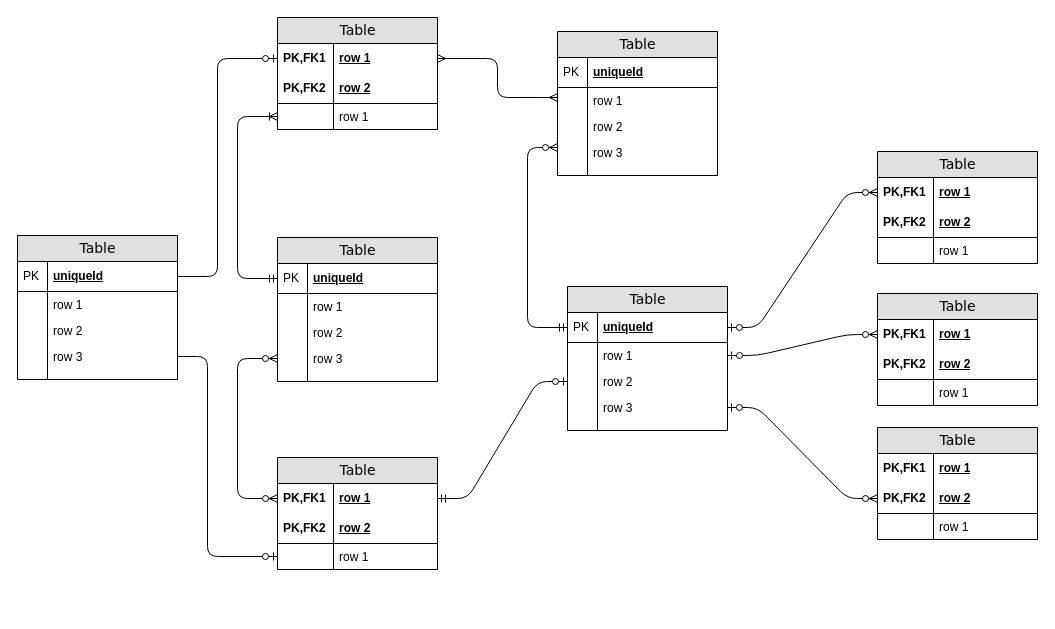
Earlier version of the draw.io diagram ÉtteremOKJ.drawio (xcom169/xcom169). Source tidied: cells renumbered, new cells numbered last; positions are measured from the earlier drawing's top-left corner, leaving out a move shared by most shapes. Both pictures are drawn from the tidied source at 100%, with x=0, y=0 at pixel (17, 17).
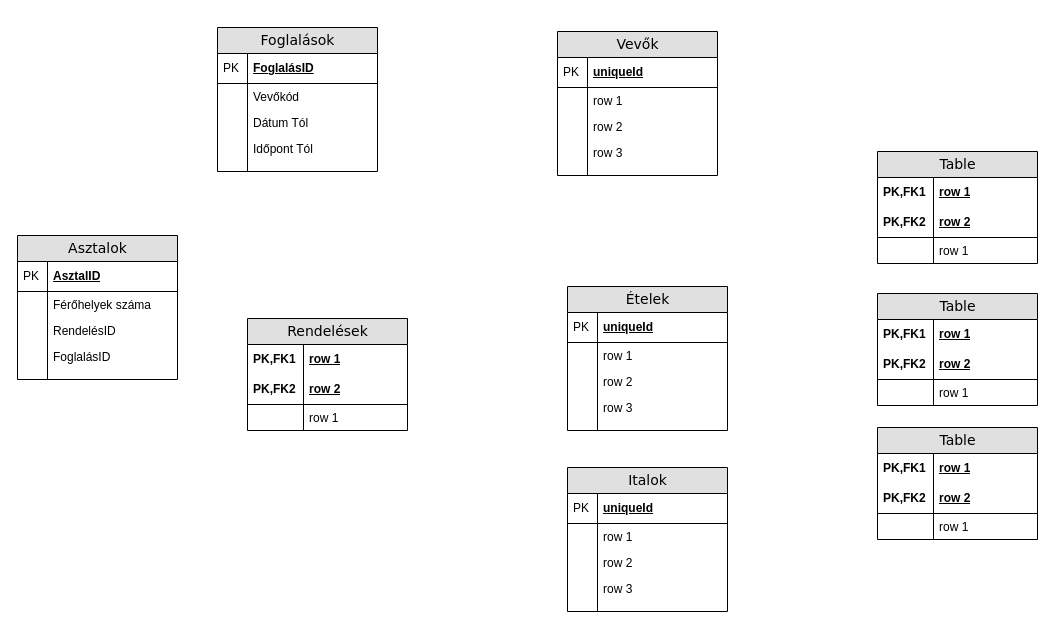
The same diagram, later.

Unchanged cells that the change refers to:
```xml
<mxCell id="12" value="row 1" style="shape=partialRectangle;top=0;left=0;right=0;bottom=0;html=1;align=left;verticalAlign=top;fillColor=none;spacingLeft=34;spacingRight=4;whiteSpace=wrap;overflow=hidden;points=[[0,0.5],[1,0.5]];portConstraint=eastwest;" parent="9" vertex="1">
  <mxGeometry y="56" width="160" height="26" as="geometry" />
</mxCell>
<mxCell id="16" value="row 3" style="shape=partialRectangle;top=0;left=0;right=0;bottom=0;html=1;align=left;verticalAlign=top;fillColor=none;spacingLeft=34;spacingRight=4;whiteSpace=wrap;overflow=hidden;points=[[0,0.5],[1,0.5]];portConstraint=eastwest;" parent="9" vertex="1">
  <mxGeometry y="108" width="160" height="26" as="geometry" />
</mxCell>
<mxCell id="21" value="uniqueId" style="shape=partialRectangle;top=0;left=0;right=0;bottom=1;html=1;align=left;verticalAlign=middle;fillColor=none;spacingLeft=34;spacingRight=4;whiteSpace=wrap;overflow=hidden;points=[[0,0.5],[1,0.5]];portConstraint=eastwest;fontStyle=5;" parent="20" vertex="1">
  <mxGeometry y="26" width="160" height="30" as="geometry" />
</mxCell>
<mxCell id="27" value="row 3" style="shape=partialRectangle;top=0;left=0;right=0;bottom=0;html=1;align=left;verticalAlign=top;fillColor=none;spacingLeft=34;spacingRight=4;whiteSpace=wrap;overflow=hidden;points=[[0,0.5],[1,0.5]];portConstraint=eastwest;" parent="20" vertex="1">
  <mxGeometry y="108" width="160" height="26" as="geometry" />
</mxCell>
<mxCell id="32" value="uniqueId" style="shape=partialRectangle;top=0;left=0;right=0;bottom=1;html=1;align=left;verticalAlign=middle;fillColor=none;spacingLeft=34;spacingRight=4;whiteSpace=wrap;overflow=hidden;points=[[0,0.5],[1,0.5]];portConstraint=eastwest;fontStyle=5;" parent="31" vertex="1">
  <mxGeometry y="26" width="160" height="30" as="geometry" />
</mxCell>
<mxCell id="34" value="row 1" style="shape=partialRectangle;top=0;left=0;right=0;bottom=0;html=1;align=left;verticalAlign=top;fillColor=none;spacingLeft=34;spacingRight=4;whiteSpace=wrap;overflow=hidden;points=[[0,0.5],[1,0.5]];portConstraint=eastwest;" parent="31" vertex="1">
  <mxGeometry y="56" width="160" height="26" as="geometry" />
</mxCell>
<mxCell id="36" value="row 2" style="shape=partialRectangle;top=0;left=0;right=0;bottom=0;html=1;align=left;verticalAlign=top;fillColor=none;spacingLeft=34;spacingRight=4;whiteSpace=wrap;overflow=hidden;points=[[0,0.5],[1,0.5]];portConstraint=eastwest;" parent="31" vertex="1">
  <mxGeometry y="82" width="160" height="26" as="geometry" />
</mxCell>
<mxCell id="38" value="row 3" style="shape=partialRectangle;top=0;left=0;right=0;bottom=0;html=1;align=left;verticalAlign=top;fillColor=none;spacingLeft=34;spacingRight=4;whiteSpace=wrap;overflow=hidden;points=[[0,0.5],[1,0.5]];portConstraint=eastwest;" parent="31" vertex="1">
  <mxGeometry y="108" width="160" height="26" as="geometry" />
</mxCell>
<mxCell id="43" value="row 1" style="shape=partialRectangle;top=0;left=0;right=0;bottom=0;html=1;align=left;verticalAlign=middle;fillColor=none;spacingLeft=60;spacingRight=4;whiteSpace=wrap;overflow=hidden;points=[[0,0.5],[1,0.5]];portConstraint=eastwest;fontStyle=5;" parent="42" vertex="1">
  <mxGeometry y="26" width="160" height="30" as="geometry" />
</mxCell>
<mxCell id="50" value="row 1" style="shape=partialRectangle;top=0;left=0;right=0;bottom=0;html=1;align=left;verticalAlign=middle;fillColor=none;spacingLeft=60;spacingRight=4;whiteSpace=wrap;overflow=hidden;points=[[0,0.5],[1,0.5]];portConstraint=eastwest;fontStyle=5;" parent="49" vertex="1">
  <mxGeometry y="26" width="160" height="30" as="geometry" />
</mxCell>
<mxCell id="54" value="row 1" style="shape=partialRectangle;top=0;left=0;right=0;bottom=0;html=1;align=left;verticalAlign=top;fillColor=none;spacingLeft=60;spacingRight=4;whiteSpace=wrap;overflow=hidden;points=[[0,0.5],[1,0.5]];portConstraint=eastwest;" parent="49" vertex="1">
  <mxGeometry y="86" width="160" height="26" as="geometry" />
</mxCell>
<mxCell id="63" value="row 1" style="shape=partialRectangle;top=0;left=0;right=0;bottom=0;html=1;align=left;verticalAlign=middle;fillColor=none;spacingLeft=60;spacingRight=4;whiteSpace=wrap;overflow=hidden;points=[[0,0.5],[1,0.5]];portConstraint=eastwest;fontStyle=5;" parent="62" vertex="1">
  <mxGeometry y="26" width="160" height="30" as="geometry" />
</mxCell>
<mxCell id="72" value="row 2" style="shape=partialRectangle;top=0;left=0;right=0;bottom=1;html=1;align=left;verticalAlign=middle;fillColor=none;spacingLeft=60;spacingRight=4;whiteSpace=wrap;overflow=hidden;points=[[0,0.5],[1,0.5]];portConstraint=eastwest;fontStyle=5;" parent="69" vertex="1">
  <mxGeometry y="56" width="160" height="30" as="geometry" />
</mxCell>
```

Change to the diagram source:
```diff
@@
-    <mxCell id="2" value="Table" style="swimlane;html=1;fontStyle=0;horizontal=1;startSize=26;fillColor=#e0e0e0;swimlaneFillColor=#ffffff;align=center;rounded=0;shadow=0;comic=0;labelBackgroundColor=none;strokeWidth=1;fontFamily=Verdana;fontSize=14;" parent="1" vertex="1">
-      <mxGeometry x="260" width="160" height="112" as="geometry" />
-    </mxCell>
-    <mxCell id="3" value="row 1" style="shape=partialRectangle;top=0;left=0;right=0;bottom=0;html=1;align=left;verticalAlign=middle;fillColor=none;spacingLeft=60;spacingRight=4;whiteSpace=wrap;overflow=hidden;points=[[0,0.5],[1,0.5]];portConstraint=eastwest;fontStyle=5;" parent="2" vertex="1">
-      <mxGeometry y="26" width="160" height="30" as="geometry" />
-    </mxCell>
-    <mxCell id="4" value="PK,FK1" style="shape=partialRectangle;fontStyle=1;top=0;left=0;bottom=0;html=1;fillColor=none;align=left;verticalAlign=middle;spacingLeft=4;spacingRight=4;whiteSpace=wrap;overflow=hidden;" parent="3" vertex="1">
-      <mxGeometry width="56" height="30" as="geometry" />
-    </mxCell>
-    <mxCell id="5" value="row 2" style="shape=partialRectangle;top=0;left=0;right=0;bottom=1;html=1;align=left;verticalAlign=middle;fillColor=none;spacingLeft=60;spacingRight=4;whiteSpace=wrap;overflow=hidden;fontStyle=5;" parent="2" vertex="1">
-      <mxGeometry y="56" width="160" height="30" as="geometry" />
-    </mxCell>
-    <mxCell id="6" value="PK,FK2" style="shape=partialRectangle;fontStyle=1;top=0;left=0;bottom=0;html=1;fillColor=none;align=left;verticalAlign=middle;spacingLeft=4;spacingRight=4;whiteSpace=wrap;overflow=hidden;" parent="5" vertex="1">
-      <mxGeometry width="56" height="30" as="geometry" />
-    </mxCell>
-    <mxCell id="7" value="row 1" style="shape=partialRectangle;top=0;left=0;right=0;bottom=0;html=1;align=left;verticalAlign=top;fillColor=none;spacingLeft=60;spacingRight=4;whiteSpace=wrap;overflow=hidden;points=[[0,0.5],[1,0.5]];portConstraint=eastwest;" parent="2" vertex="1">
-      <mxGeometry y="86" width="160" height="26" as="geometry" />
-    </mxCell>
-    <mxCell id="8" style="shape=partialRectangle;top=0;left=0;bottom=0;html=1;fillColor=none;align=left;verticalAlign=top;spacingLeft=4;spacingRight=4;whiteSpace=wrap;overflow=hidden;" parent="7" vertex="1">
-      <mxGeometry width="56" height="26" as="geometry" />
-    </mxCell>
-    <mxCell id="9" value="Table" style="swimlane;html=1;fontStyle=0;horizontal=1;startSize=26;fillColor=#e0e0e0;swimlaneFillColor=#ffffff;align=center;rounded=0;shadow=0;comic=0;labelBackgroundColor=none;strokeWidth=1;fontFamily=Verdana;fontSize=14;swimlaneLine=1;" parent="1" vertex="1">
+    <mxCell id="9" value="Vevők" style="swimlane;html=1;fontStyle=0;horizontal=1;startSize=26;fillColor=#e0e0e0;swimlaneFillColor=#ffffff;align=center;rounded=0;shadow=0;comic=0;labelBackgroundColor=none;strokeWidth=1;fontFamily=Verdana;fontSize=14;swimlaneLine=1;" parent="1" vertex="1">
       <mxGeometry x="540" y="14" width="160" height="144" as="geometry" />
     </mxCell>
@@
-    <mxCell id="20" value="Table" style="swimlane;html=1;fontStyle=0;horizontal=1;startSize=26;fillColor=#e0e0e0;swimlaneFillColor=#ffffff;align=center;rounded=0;shadow=0;comic=0;labelBackgroundColor=none;strokeWidth=1;fontFamily=Verdana;fontSize=14;" parent="1" vertex="1">
-      <mxGeometry x="260" y="220" width="160" height="144" as="geometry" />
+    <mxCell id="20" value="&lt;div&gt;Italok&lt;/div&gt;" style="swimlane;html=1;fontStyle=0;horizontal=1;startSize=26;fillColor=#e0e0e0;swimlaneFillColor=#ffffff;align=center;rounded=0;shadow=0;comic=0;labelBackgroundColor=none;strokeWidth=1;fontFamily=Verdana;fontSize=14;" parent="1" vertex="1">
+      <mxGeometry x="550" y="450" width="160" height="144" as="geometry" />
     </mxCell>
@@
-    <mxCell id="31" value="Table" style="swimlane;html=1;fontStyle=0;horizontal=1;startSize=26;fillColor=#e0e0e0;swimlaneFillColor=#ffffff;align=center;rounded=0;shadow=0;comic=0;labelBackgroundColor=none;strokeWidth=1;fontFamily=Verdana;fontSize=14;" parent="1" vertex="1">
+    <mxCell id="31" value="Ételek" style="swimlane;html=1;fontStyle=0;horizontal=1;startSize=26;fillColor=#e0e0e0;swimlaneFillColor=#ffffff;align=center;rounded=0;shadow=0;comic=0;labelBackgroundColor=none;strokeWidth=1;fontFamily=Verdana;fontSize=14;" parent="1" vertex="1">
       <mxGeometry x="550" y="269" width="160" height="144" as="geometry" />
     </mxCell>
@@
-    <mxCell id="49" value="Table" style="swimlane;html=1;fontStyle=0;horizontal=1;startSize=26;fillColor=#e0e0e0;swimlaneFillColor=#ffffff;align=center;rounded=0;shadow=0;comic=0;labelBackgroundColor=none;strokeWidth=1;fontFamily=Verdana;fontSize=14;" parent="1" vertex="1">
-      <mxGeometry x="260" y="440" width="160" height="112" as="geometry" />
+    <mxCell id="49" value="&lt;div&gt;Rendelések&lt;/div&gt;" style="swimlane;html=1;fontStyle=0;horizontal=1;startSize=26;fillColor=#e0e0e0;swimlaneFillColor=#ffffff;align=center;rounded=0;shadow=0;comic=0;labelBackgroundColor=none;strokeWidth=1;fontFamily=Verdana;fontSize=14;" parent="1" vertex="1">
+      <mxGeometry x="230" y="301" width="160" height="112" as="geometry" />
     </mxCell>
@@
-    <mxCell id="56" style="edgeStyle=orthogonalEdgeStyle;html=1;endArrow=ERoneToMany;startArrow=ERmandOne;labelBackgroundColor=none;fontFamily=Verdana;fontSize=14;entryX=0;entryY=0.5;exitX=0;exitY=0.5;" parent="1" edge="1" source="21" target="7">
-      <mxGeometry relative="1" as="geometry">
-        <Array as="points">
-          <mxPoint x="220" y="261" />
-          <mxPoint x="220" y="99" />
-        </Array>
-      </mxGeometry>
-    </mxCell>
-    <mxCell id="57" style="edgeStyle=orthogonalEdgeStyle;html=1;endArrow=ERzeroToMany;endFill=1;startArrow=ERzeroToMany;labelBackgroundColor=none;fontFamily=Verdana;fontSize=14;entryX=0;entryY=0.5;exitX=0;exitY=0.5;" parent="1" edge="1" source="50" target="27">
-      <mxGeometry relative="1" as="geometry">
-        <Array as="points">
-          <mxPoint x="220" y="481" />
-          <mxPoint x="220" y="341" />
-        </Array>
-      </mxGeometry>
-    </mxCell>
-    <mxCell id="58" style="edgeStyle=orthogonalEdgeStyle;html=1;endArrow=ERmany;startArrow=ERmany;labelBackgroundColor=none;fontFamily=Verdana;fontSize=14;entryX=1;entryY=0.5;exitX=0;exitY=0.383;exitPerimeter=0;" parent="1" edge="1" source="12" target="3">
-      <mxGeometry relative="1" as="geometry">
-        <Array as="points">
-          <mxPoint x="480" y="80" />
-          <mxPoint x="480" y="41" />
-        </Array>
-      </mxGeometry>
-    </mxCell>
-    <mxCell id="59" style="edgeStyle=orthogonalEdgeStyle;html=1;endArrow=ERzeroToMany;startArrow=ERmandOne;labelBackgroundColor=none;fontFamily=Verdana;fontSize=14;entryX=0;entryY=0.308;entryPerimeter=0;exitX=0;exitY=0.5;" parent="1" edge="1" source="32" target="16">
-      <mxGeometry relative="1" as="geometry">
-        <Array as="points">
-          <mxPoint x="510" y="310" />
-          <mxPoint x="510" y="130" />
-        </Array>
-      </mxGeometry>
-    </mxCell>
-    <mxCell id="60" style="edgeStyle=entityRelationEdgeStyle;html=1;endArrow=ERzeroToOne;startArrow=ERmandOne;labelBackgroundColor=none;fontFamily=Verdana;fontSize=14;exitX=1;exitY=0.5;entryX=0;entryY=0.5;" parent="1" edge="1" source="50" target="36">
-      <mxGeometry relative="1" as="geometry" />
-    </mxCell>
-    <mxCell id="61" style="edgeStyle=entityRelationEdgeStyle;html=1;endArrow=ERzeroToMany;startArrow=ERzeroToOne;labelBackgroundColor=none;fontFamily=Verdana;fontSize=14;entryX=0;entryY=0.5;exitX=1;exitY=0.5;" parent="1" edge="1" source="32" target="43">
-      <mxGeometry relative="1" as="geometry" />
-    </mxCell>
@@
-    <mxCell id="76" style="edgeStyle=entityRelationEdgeStyle;html=1;endArrow=ERzeroToMany;startArrow=ERzeroToOne;labelBackgroundColor=none;fontFamily=Verdana;fontSize=14;entryX=0;entryY=0.5;exitX=1;exitY=0.5;" parent="1" edge="1" source="34" target="63">
-      <mxGeometry relative="1" as="geometry" />
-    </mxCell>
-    <mxCell id="77" style="edgeStyle=entityRelationEdgeStyle;html=1;endArrow=ERzeroToMany;startArrow=ERzeroToOne;labelBackgroundColor=none;fontFamily=Verdana;fontSize=14;entryX=0;entryY=0.5;exitX=1;exitY=0.5;" parent="1" edge="1" source="38" target="72">
-      <mxGeometry relative="1" as="geometry" />
-    </mxCell>
-    <mxCell id="78" value="Table" style="swimlane;html=1;fontStyle=0;horizontal=1;startSize=26;fillColor=#e0e0e0;swimlaneFillColor=#ffffff;align=center;rounded=0;shadow=0;comic=0;labelBackgroundColor=none;strokeWidth=1;fontFamily=Verdana;fontSize=14;" parent="1" vertex="1">
+    <mxCell id="78" value="Asztalok" style="swimlane;html=1;fontStyle=0;horizontal=1;startSize=26;fillColor=#e0e0e0;swimlaneFillColor=#ffffff;align=center;rounded=0;shadow=0;comic=0;labelBackgroundColor=none;strokeWidth=1;fontFamily=Verdana;fontSize=14;" parent="1" vertex="1">
       <mxGeometry y="218" width="160" height="144" as="geometry" />
     </mxCell>
-    <mxCell id="79" value="uniqueId" style="shape=partialRectangle;top=0;left=0;right=0;bottom=1;html=1;align=left;verticalAlign=middle;fillColor=none;spacingLeft=34;spacingRight=4;whiteSpace=wrap;overflow=hidden;points=[[0,0.5],[1,0.5]];portConstraint=eastwest;fontStyle=5;" parent="78" vertex="1">
+    <mxCell id="79" value="AsztalID" style="shape=partialRectangle;top=0;left=0;right=0;bottom=1;html=1;align=left;verticalAlign=middle;fillColor=none;spacingLeft=34;spacingRight=4;whiteSpace=wrap;overflow=hidden;points=[[0,0.5],[1,0.5]];portConstraint=eastwest;fontStyle=5;" parent="78" vertex="1">
       <mxGeometry y="26" width="160" height="30" as="geometry" />
     </mxCell>
@@
-    <mxCell id="81" value="row 1" style="shape=partialRectangle;top=0;left=0;right=0;bottom=0;html=1;align=left;verticalAlign=top;fillColor=none;spacingLeft=34;spacingRight=4;whiteSpace=wrap;overflow=hidden;" parent="78" vertex="1">
+    <mxCell id="81" value="Férőhelyek száma" style="shape=partialRectangle;top=0;left=0;right=0;bottom=0;html=1;align=left;verticalAlign=top;fillColor=none;spacingLeft=34;spacingRight=4;whiteSpace=wrap;overflow=hidden;" parent="78" vertex="1">
       <mxGeometry y="56" width="160" height="26" as="geometry" />
     </mxCell>
@@
-    <mxCell id="83" value="row 2" style="shape=partialRectangle;top=0;left=0;right=0;bottom=0;html=1;align=left;verticalAlign=top;fillColor=none;spacingLeft=34;spacingRight=4;whiteSpace=wrap;overflow=hidden;" parent="78" vertex="1">
+    <mxCell id="83" value="RendelésID" style="shape=partialRectangle;top=0;left=0;right=0;bottom=0;html=1;align=left;verticalAlign=top;fillColor=none;spacingLeft=34;spacingRight=4;whiteSpace=wrap;overflow=hidden;" parent="78" vertex="1">
       <mxGeometry y="82" width="160" height="26" as="geometry" />
     </mxCell>
@@
-    <mxCell id="85" value="row 3" style="shape=partialRectangle;top=0;left=0;right=0;bottom=0;html=1;align=left;verticalAlign=top;fillColor=none;spacingLeft=34;spacingRight=4;whiteSpace=wrap;overflow=hidden;points=[[0,0.5],[1,0.5]];portConstraint=eastwest;" parent="78" vertex="1">
+    <mxCell id="85" value="FoglalásID" style="shape=partialRectangle;top=0;left=0;right=0;bottom=0;html=1;align=left;verticalAlign=top;fillColor=none;spacingLeft=34;spacingRight=4;whiteSpace=wrap;overflow=hidden;points=[[0,0.5],[1,0.5]];portConstraint=eastwest;" parent="78" vertex="1">
       <mxGeometry y="108" width="160" height="26" as="geometry" />
     </mxCell>
@@
-    <mxCell id="89" style="edgeStyle=orthogonalEdgeStyle;html=1;endArrow=ERzeroToOne;endFill=1;labelBackgroundColor=none;fontFamily=Verdana;fontSize=14;entryX=0;entryY=0.5;exitX=1;exitY=0.5;" parent="1" edge="1" source="79" target="3">
-      <mxGeometry relative="1" as="geometry">
-        <Array as="points">
-          <mxPoint x="200" y="259" />
-          <mxPoint x="200" y="41" />
-        </Array>
-      </mxGeometry>
-    </mxCell>
-    <mxCell id="90" style="edgeStyle=orthogonalEdgeStyle;html=1;endArrow=ERzeroToOne;endFill=1;labelBackgroundColor=none;fontFamily=Verdana;fontSize=14;entryX=0;entryY=0.5;exitX=1;exitY=0.5;" parent="1" edge="1" source="85" target="54">
-      <mxGeometry relative="1" as="geometry">
-        <Array as="points">
-          <mxPoint x="190" y="339" />
-          <mxPoint x="190" y="539" />
-        </Array>
-      </mxGeometry>
-    </mxCell>
+    <mxCell id="91" value="Foglalások" style="swimlane;html=1;fontStyle=0;horizontal=1;startSize=26;fillColor=#e0e0e0;swimlaneFillColor=#ffffff;align=center;rounded=0;shadow=0;comic=0;labelBackgroundColor=none;strokeWidth=1;fontFamily=Verdana;fontSize=14;" parent="1" vertex="1">
+      <mxGeometry x="200" y="10" width="160" height="144" as="geometry" />
+    </mxCell>
+    <mxCell id="92" value="FoglalásID" style="shape=partialRectangle;top=0;left=0;right=0;bottom=1;html=1;align=left;verticalAlign=middle;fillColor=none;spacingLeft=34;spacingRight=4;whiteSpace=wrap;overflow=hidden;fontStyle=5;" parent="91" vertex="1">
+      <mxGeometry y="26" width="160" height="30" as="geometry" />
+    </mxCell>
+    <mxCell id="93" value="PK" style="shape=partialRectangle;top=0;left=0;bottom=0;html=1;fillColor=none;align=left;verticalAlign=middle;spacingLeft=4;spacingRight=4;whiteSpace=wrap;overflow=hidden;" parent="92" vertex="1">
+      <mxGeometry width="30" height="30" as="geometry" />
+    </mxCell>
+    <mxCell id="94" value="Vevőkód" style="shape=partialRectangle;top=0;left=0;right=0;bottom=0;html=1;align=left;verticalAlign=top;fillColor=none;spacingLeft=34;spacingRight=4;whiteSpace=wrap;overflow=hidden;" parent="91" vertex="1">
+      <mxGeometry y="56" width="160" height="26" as="geometry" />
+    </mxCell>
+    <mxCell id="95" style="shape=partialRectangle;top=0;left=0;bottom=0;html=1;fillColor=none;align=left;verticalAlign=top;spacingLeft=4;spacingRight=4;whiteSpace=wrap;overflow=hidden;" parent="94" vertex="1">
+      <mxGeometry width="30" height="26" as="geometry" />
+    </mxCell>
+    <mxCell id="96" value="Dátum Tól" style="shape=partialRectangle;top=0;left=0;right=0;bottom=0;html=1;align=left;verticalAlign=top;fillColor=none;spacingLeft=34;spacingRight=4;whiteSpace=wrap;overflow=hidden;" parent="91" vertex="1">
+      <mxGeometry y="82" width="160" height="26" as="geometry" />
+    </mxCell>
+    <mxCell id="97" style="shape=partialRectangle;top=0;left=0;bottom=0;html=1;fillColor=none;align=left;verticalAlign=top;spacingLeft=4;spacingRight=4;whiteSpace=wrap;overflow=hidden;" parent="96" vertex="1">
+      <mxGeometry width="30" height="26" as="geometry" />
+    </mxCell>
+    <mxCell id="98" value="Időpont Tól" style="shape=partialRectangle;top=0;left=0;right=0;bottom=0;html=1;align=left;verticalAlign=top;fillColor=none;spacingLeft=34;spacingRight=4;whiteSpace=wrap;overflow=hidden;" parent="91" vertex="1">
+      <mxGeometry y="108" width="160" height="26" as="geometry" />
+    </mxCell>
+    <mxCell id="99" style="shape=partialRectangle;top=0;left=0;bottom=0;html=1;fillColor=none;align=left;verticalAlign=top;spacingLeft=4;spacingRight=4;whiteSpace=wrap;overflow=hidden;" parent="98" vertex="1">
+      <mxGeometry width="30" height="26" as="geometry" />
+    </mxCell>
+    <mxCell id="100" style="shape=partialRectangle;top=0;left=0;right=0;bottom=0;html=1;align=left;verticalAlign=top;fillColor=none;spacingLeft=34;spacingRight=4;whiteSpace=wrap;overflow=hidden;" parent="91" vertex="1">
+      <mxGeometry y="134" width="160" height="10" as="geometry" />
+    </mxCell>
+    <mxCell id="101" style="shape=partialRectangle;top=0;left=0;bottom=0;html=1;fillColor=none;align=left;verticalAlign=top;spacingLeft=4;spacingRight=4;whiteSpace=wrap;overflow=hidden;" parent="100" vertex="1">
+      <mxGeometry width="30" height="10" as="geometry" />
+    </mxCell>
```
